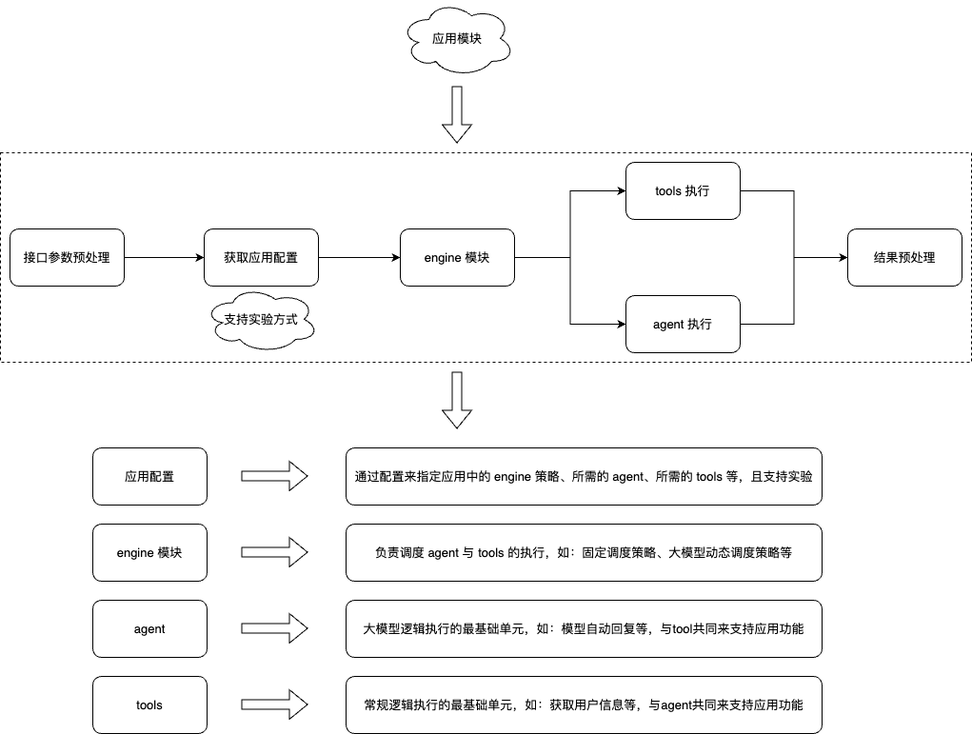
This is 大模型应用之应用流程图.png from liujunao/draw-data, a draw.io export, as it was before one commit. Source tidied: cells renumbered, new cells last; positions are measured from the earlier drawing's top-left corner, leaving out a move shared by most shapes.
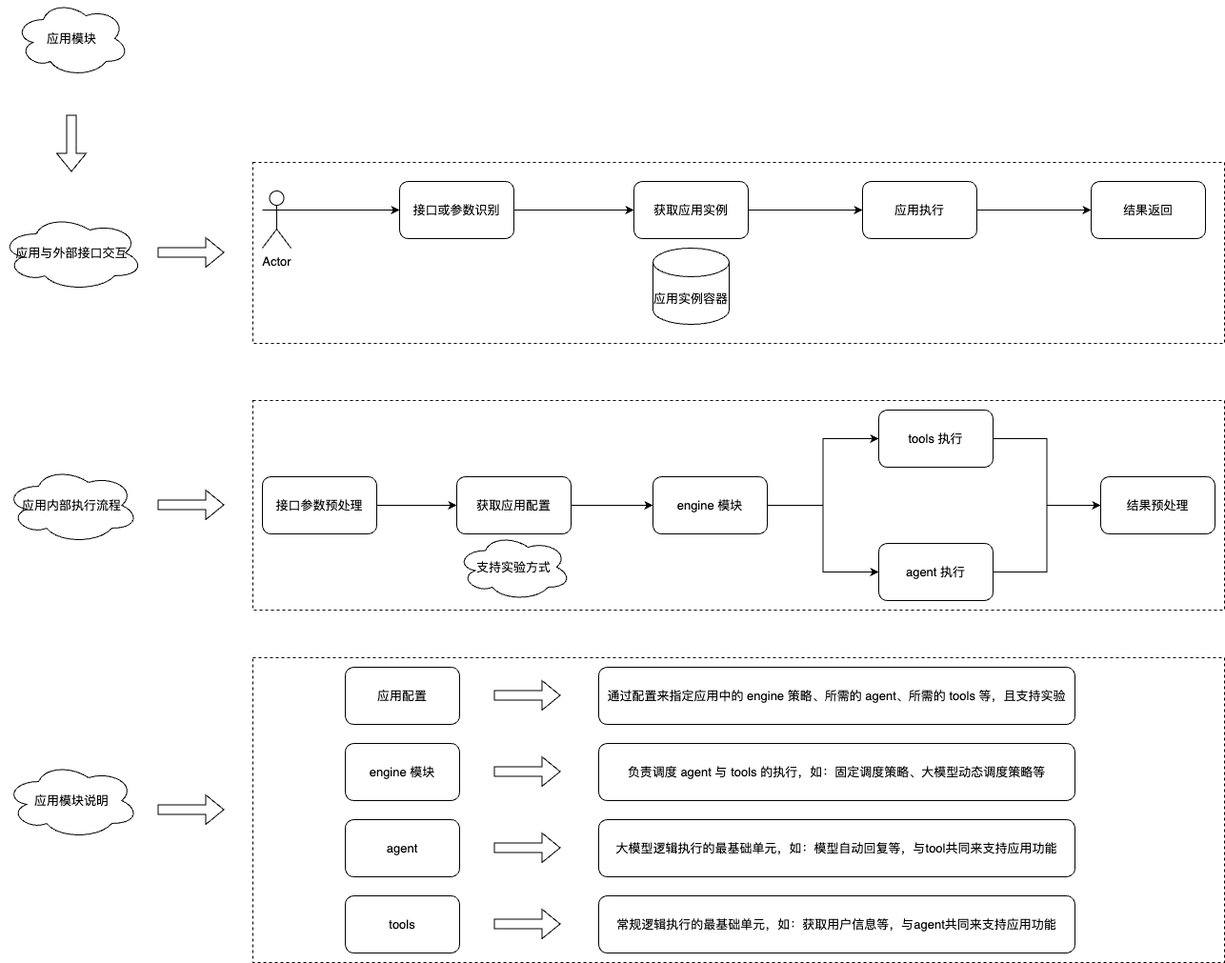
After the change.

Commit message:
更新大模型应用之应用流程图.png

What changed in the source:
```diff
@@ -2,20 +2,26 @@
   <root>
     <mxCell id="0" />
     <mxCell id="1" parent="0" />
+    <mxCell id="31" style="rounded=0;whiteSpace=wrap;html=1;strokeColor=default;dashed=1;" parent="1" vertex="1">
+      <mxGeometry x="260" y="720" width="1020" height="320" as="geometry" />
+    </mxCell>
+    <mxCell id="32" style="rounded=0;whiteSpace=wrap;html=1;strokeColor=default;dashed=1;" parent="1" vertex="1">
+      <mxGeometry x="260" y="200" width="1020" height="190" as="geometry" />
+    </mxCell>
     <mxCell id="2" style="rounded=0;whiteSpace=wrap;html=1;strokeColor=default;dashed=1;" parent="1" vertex="1">
-      <mxGeometry y="160" width="1020" height="220" as="geometry" />
+      <mxGeometry x="260" y="450" width="1020" height="220" as="geometry" />
     </mxCell>
     <mxCell id="3" style="edgeStyle=orthogonalEdgeStyle;rounded=0;jettySize=auto;html=1;exitX=1;exitY=0.5;exitDx=0;exitDy=0;" parent="1" edge="1" source="4" target="6">
       <mxGeometry relative="1" as="geometry" />
     </mxCell>
     <mxCell id="4" value="接口参数预处理" style="rounded=1;whiteSpace=wrap;html=1;" parent="1" vertex="1">
-      <mxGeometry x="10" y="240" width="120" height="60" as="geometry" />
+      <mxGeometry x="270" y="530" width="120" height="60" as="geometry" />
     </mxCell>
     <mxCell id="5" style="edgeStyle=orthogonalEdgeStyle;rounded=0;jettySize=auto;html=1;exitX=1;exitY=0.5;exitDx=0;exitDy=0;" parent="1" edge="1" source="6" target="9">
       <mxGeometry relative="1" as="geometry" />
     </mxCell>
     <mxCell id="6" value="获取应用配置" style="rounded=1;whiteSpace=wrap;html=1;" parent="1" vertex="1">
-      <mxGeometry x="214" y="240" width="120" height="60" as="geometry" />
+      <mxGeometry x="474" y="530" width="120" height="60" as="geometry" />
     </mxCell>
     <mxCell id="7" style="edgeStyle=orthogonalEdgeStyle;rounded=0;jettySize=auto;html=1;exitX=1;exitY=0.5;exitDx=0;exitDy=0;entryX=0;entryY=0.5;entryDx=0;entryDy=0;" parent="1" edge="1" source="9" target="13">
       <mxGeometry relative="1" as="geometry" />
@@ -24,88 +30,139 @@
       <mxGeometry relative="1" as="geometry" />
     </mxCell>
     <mxCell id="9" value="engine 模块" style="rounded=1;whiteSpace=wrap;html=1;" parent="1" vertex="1">
-      <mxGeometry x="420" y="240" width="120" height="60" as="geometry" />
+      <mxGeometry x="680" y="530" width="120" height="60" as="geometry" />
     </mxCell>
     <mxCell id="10" style="edgeStyle=orthogonalEdgeStyle;rounded=0;jettySize=auto;html=1;exitX=1;exitY=0.5;exitDx=0;exitDy=0;entryX=0;entryY=0.5;entryDx=0;entryDy=0;" parent="1" edge="1" source="11" target="14">
       <mxGeometry relative="1" as="geometry" />
     </mxCell>
     <mxCell id="11" value="agent 执行" style="rounded=1;whiteSpace=wrap;html=1;" parent="1" vertex="1">
-      <mxGeometry x="657" y="310" width="120" height="60" as="geometry" />
+      <mxGeometry x="917" y="600" width="120" height="60" as="geometry" />
     </mxCell>
     <mxCell id="12" style="edgeStyle=orthogonalEdgeStyle;rounded=0;jettySize=auto;html=1;exitX=1;exitY=0.5;exitDx=0;exitDy=0;entryX=0;entryY=0.5;entryDx=0;entryDy=0;" parent="1" edge="1" source="13" target="14">
       <mxGeometry relative="1" as="geometry" />
     </mxCell>
     <mxCell id="13" value="tools 执行" style="rounded=1;whiteSpace=wrap;html=1;" parent="1" vertex="1">
-      <mxGeometry x="657" y="170" width="120" height="60" as="geometry" />
+      <mxGeometry x="917" y="460" width="120" height="60" as="geometry" />
     </mxCell>
     <mxCell id="14" value="结果预处理" style="rounded=1;whiteSpace=wrap;html=1;" parent="1" vertex="1">
-      <mxGeometry x="890" y="240" width="120" height="60" as="geometry" />
+      <mxGeometry x="1150" y="530" width="120" height="60" as="geometry" />
     </mxCell>
     <mxCell id="15" value="应用模块" style="ellipse;shape=cloud;whiteSpace=wrap;html=1;" parent="1" vertex="1">
-      <mxGeometry x="420" width="120" height="80" as="geometry" />
+      <mxGeometry x="10" y="30" width="120" height="80" as="geometry" />
     </mxCell>
     <mxCell id="16" style="shape=flexArrow;endArrow=classic;html=1;rounded=0;" parent="1" edge="1">
       <mxGeometry relative="1" as="geometry">
-        <mxPoint x="479.5" y="90" as="sourcePoint" />
-        <mxPoint x="479.5" y="150" as="targetPoint" />
+        <mxPoint x="69.5" y="150" as="sourcePoint" />
+        <mxPoint x="69.5" y="210" as="targetPoint" />
       </mxGeometry>
     </mxCell>
     <mxCell id="17" value="应用配置" style="rounded=1;whiteSpace=wrap;html=1;" parent="1" vertex="1">
-      <mxGeometry x="97" y="470" width="120" height="60" as="geometry" />
+      <mxGeometry x="357" y="730" width="120" height="60" as="geometry" />
     </mxCell>
     <mxCell id="18" value="engine 模块" style="rounded=1;whiteSpace=wrap;html=1;" parent="1" vertex="1">
-      <mxGeometry x="97" y="550" width="120" height="60" as="geometry" />
+      <mxGeometry x="357" y="810" width="120" height="60" as="geometry" />
     </mxCell>
     <mxCell id="19" value="负责调度 agent 与 tools 的执行，如：固定调度策略、大模型动态调度策略等" style="rounded=1;whiteSpace=wrap;html=1;" parent="1" vertex="1">
-      <mxGeometry x="363" y="550" width="500" height="60" as="geometry" />
+      <mxGeometry x="623" y="810" width="500" height="60" as="geometry" />
     </mxCell>
     <mxCell id="20" value="通过配置来指定应用中的 engine 策略、所需的 agent、所需的 tools 等，且支持实验" style="rounded=1;whiteSpace=wrap;html=1;" parent="1" vertex="1">
-      <mxGeometry x="363" y="470" width="500" height="60" as="geometry" />
+      <mxGeometry x="623" y="730" width="500" height="60" as="geometry" />
     </mxCell>
     <mxCell id="21" value="agent" style="rounded=1;whiteSpace=wrap;html=1;" parent="1" vertex="1">
-      <mxGeometry x="97" y="630" width="120" height="60" as="geometry" />
+      <mxGeometry x="357" y="890" width="120" height="60" as="geometry" />
     </mxCell>
     <mxCell id="22" value="大模型逻辑执行的最基础单元，如：模型自动回复等，与tool共同来支持应用功能" style="rounded=1;whiteSpace=wrap;html=1;" parent="1" vertex="1">
-      <mxGeometry x="363" y="630" width="500" height="60" as="geometry" />
+      <mxGeometry x="623" y="890" width="500" height="60" as="geometry" />
     </mxCell>
     <mxCell id="23" value="tools" style="rounded=1;whiteSpace=wrap;html=1;" parent="1" vertex="1">
-      <mxGeometry x="97" y="710" width="120" height="60" as="geometry" />
+      <mxGeometry x="357" y="970" width="120" height="60" as="geometry" />
     </mxCell>
     <mxCell id="24" value="常规逻辑执行的最基础单元，如：获取用户信息等，与agent共同来支持应用功能" style="rounded=1;whiteSpace=wrap;html=1;" parent="1" vertex="1">
-      <mxGeometry x="363" y="710" width="500" height="60" as="geometry" />
+      <mxGeometry x="623" y="970" width="500" height="60" as="geometry" />
     </mxCell>
     <mxCell id="25" style="shape=flexArrow;endArrow=classic;html=1;rounded=0;" parent="1" edge="1">
       <mxGeometry relative="1" as="geometry">
-        <mxPoint x="253" y="499.5" as="sourcePoint" />
-        <mxPoint x="323" y="499.5" as="targetPoint" />
+        <mxPoint x="513" y="759.5" as="sourcePoint" />
+        <mxPoint x="583" y="759.5" as="targetPoint" />
       </mxGeometry>
     </mxCell>
     <mxCell id="26" style="shape=flexArrow;endArrow=classic;html=1;rounded=0;" parent="1" edge="1">
       <mxGeometry relative="1" as="geometry">
-        <mxPoint x="253" y="579.5" as="sourcePoint" />
-        <mxPoint x="323" y="579.5" as="targetPoint" />
+        <mxPoint x="513" y="839.5" as="sourcePoint" />
+        <mxPoint x="583" y="839.5" as="targetPoint" />
       </mxGeometry>
     </mxCell>
     <mxCell id="27" style="shape=flexArrow;endArrow=classic;html=1;rounded=0;" parent="1" edge="1">
       <mxGeometry relative="1" as="geometry">
-        <mxPoint x="253" y="659.5" as="sourcePoint" />
-        <mxPoint x="323" y="659.5" as="targetPoint" />
+        <mxPoint x="513" y="919.5" as="sourcePoint" />
+        <mxPoint x="583" y="919.5" as="targetPoint" />
       </mxGeometry>
     </mxCell>
     <mxCell id="28" style="shape=flexArrow;endArrow=classic;html=1;rounded=0;" parent="1" edge="1">
       <mxGeometry relative="1" as="geometry">
-        <mxPoint x="253" y="739.5" as="sourcePoint" />
-        <mxPoint x="323" y="739.5" as="targetPoint" />
+        <mxPoint x="513" y="999.5" as="sourcePoint" />
+        <mxPoint x="583" y="999.5" as="targetPoint" />
       </mxGeometry>
     </mxCell>
-    <mxCell id="29" style="shape=flexArrow;endArrow=classic;html=1;rounded=0;" parent="1" edge="1">
-      <mxGeometry relative="1" as="geometry">
-        <mxPoint x="479.5" y="390" as="sourcePoint" />
-        <mxPoint x="479.5" y="450" as="targetPoint" />
-      </mxGeometry>
-    </mxCell>
     <mxCell id="30" value="支持实验方式" style="ellipse;shape=cloud;whiteSpace=wrap;html=1;" parent="1" vertex="1">
-      <mxGeometry x="214" y="300" width="120" height="70" as="geometry" />
+      <mxGeometry x="474" y="590" width="120" height="70" as="geometry" />
     </mxCell>
+    <mxCell id="33" style="edgeStyle=orthogonalEdgeStyle;rounded=0;jettySize=auto;html=1;exitX=1;exitY=0.3333333333333333;exitDx=0;exitDy=0;exitPerimeter=0;" parent="1" edge="1" source="34" target="36">
+      <mxGeometry relative="1" as="geometry" />
+    </mxCell>
+    <mxCell id="34" value="Actor" style="shape=umlActor;verticalLabelPosition=bottom;verticalAlign=top;html=1;outlineConnect=0;" parent="1" vertex="1">
+      <mxGeometry x="270" y="230" width="30" height="60" as="geometry" />
+    </mxCell>
+    <mxCell id="35" style="edgeStyle=orthogonalEdgeStyle;rounded=0;jettySize=auto;html=1;exitX=1;exitY=0.5;exitDx=0;exitDy=0;" parent="1" edge="1" source="36" target="38">
+      <mxGeometry relative="1" as="geometry" />
+    </mxCell>
+    <mxCell id="36" value="接口或参数识别" style="rounded=1;whiteSpace=wrap;html=1;" parent="1" vertex="1">
+      <mxGeometry x="414" y="220" width="120" height="60" as="geometry" />
+    </mxCell>
+    <mxCell id="37" style="edgeStyle=orthogonalEdgeStyle;rounded=0;jettySize=auto;html=1;exitX=1;exitY=0.5;exitDx=0;exitDy=0;" parent="1" edge="1" source="38" target="40">
+      <mxGeometry relative="1" as="geometry" />
+    </mxCell>
+    <mxCell id="38" value="获取应用实例" style="rounded=1;whiteSpace=wrap;html=1;" parent="1" vertex="1">
+      <mxGeometry x="660" y="220" width="120" height="60" as="geometry" />
+    </mxCell>
+    <mxCell id="39" style="edgeStyle=orthogonalEdgeStyle;rounded=0;jettySize=auto;html=1;exitX=1;exitY=0.5;exitDx=0;exitDy=0;" parent="1" edge="1" source="40" target="41">
+      <mxGeometry relative="1" as="geometry" />
+    </mxCell>
+    <mxCell id="40" value="应用执行" style="rounded=1;whiteSpace=wrap;html=1;" parent="1" vertex="1">
+      <mxGeometry x="900" y="220" width="120" height="60" as="geometry" />
+    </mxCell>
+    <mxCell id="41" value="结果返回" style="rounded=1;whiteSpace=wrap;html=1;" parent="1" vertex="1">
+      <mxGeometry x="1140" y="220" width="120" height="60" as="geometry" />
+    </mxCell>
+    <mxCell id="42" value="应用实例容器" style="shape=cylinder3;whiteSpace=wrap;html=1;boundedLbl=1;backgroundOutline=1;size=15;" parent="1" vertex="1">
+      <mxGeometry x="680" y="290" width="80" height="80" as="geometry" />
+    </mxCell>
+    <mxCell id="43" value="应用与外部接口交互" style="ellipse;shape=cloud;whiteSpace=wrap;html=1;" parent="1" vertex="1">
+      <mxGeometry x="-5" y="255" width="150" height="80" as="geometry" />
+    </mxCell>
+    <mxCell id="44" value="应用内部执行流程" style="ellipse;shape=cloud;whiteSpace=wrap;html=1;" parent="1" vertex="1">
+      <mxGeometry y="520" width="140" height="80" as="geometry" />
+    </mxCell>
+    <mxCell id="45" value="应用模块说明" style="ellipse;shape=cloud;whiteSpace=wrap;html=1;" parent="1" vertex="1">
+      <mxGeometry y="830" width="140" height="80" as="geometry" />
+    </mxCell>
+    <mxCell id="46" style="shape=flexArrow;endArrow=classic;html=1;rounded=0;" parent="1" edge="1">
+      <mxGeometry relative="1" as="geometry">
+        <mxPoint x="160" y="879.5" as="sourcePoint" />
+        <mxPoint x="230" y="879.5" as="targetPoint" />
+      </mxGeometry>
+    </mxCell>
+    <mxCell id="47" style="shape=flexArrow;endArrow=classic;html=1;rounded=0;" parent="1" edge="1">
+      <mxGeometry relative="1" as="geometry">
+        <mxPoint x="160" y="559.5" as="sourcePoint" />
+        <mxPoint x="230" y="559.5" as="targetPoint" />
+      </mxGeometry>
+    </mxCell>
+    <mxCell id="48" style="shape=flexArrow;endArrow=classic;html=1;rounded=0;" parent="1" edge="1">
+      <mxGeometry relative="1" as="geometry">
+        <mxPoint x="160" y="294.5" as="sourcePoint" />
+        <mxPoint x="230" y="294.5" as="targetPoint" />
+      </mxGeometry>
+    </mxCell>
   </root>
 </mxGraphModel>
```
